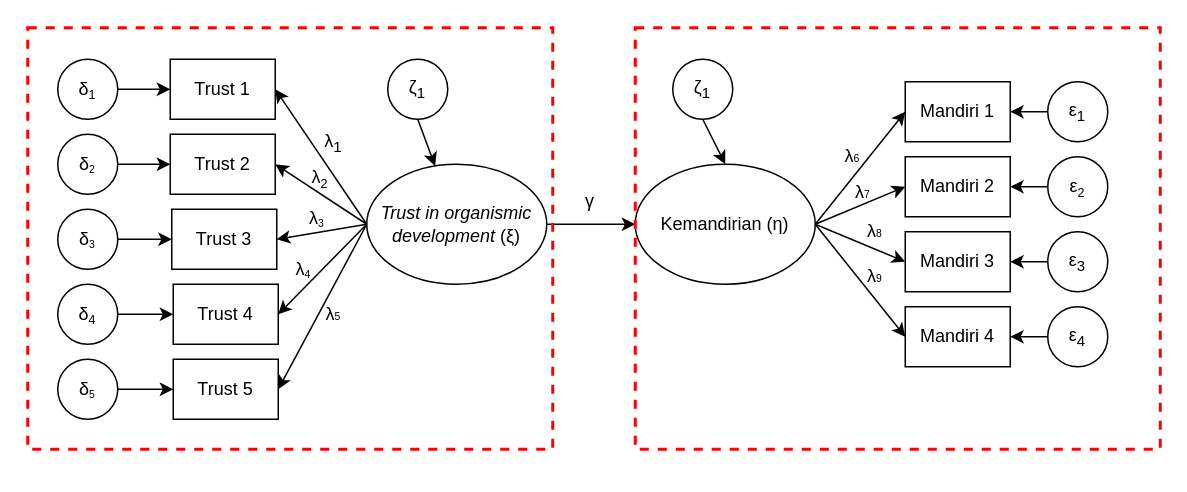
Above: page "latin" (12 of 13) of docs/materials/diagrams.drawio in rameliaz/mg-sem-workshop (draw.io), before the change. Source tidied: cells renumbered, new cells numbered last; positions are measured from the earlier drawing's top-left corner, leaving out a move shared by most shapes. Both pictures are drawn from the tidied source at 150%, with x=0, y=0 at pixel (27, 27).
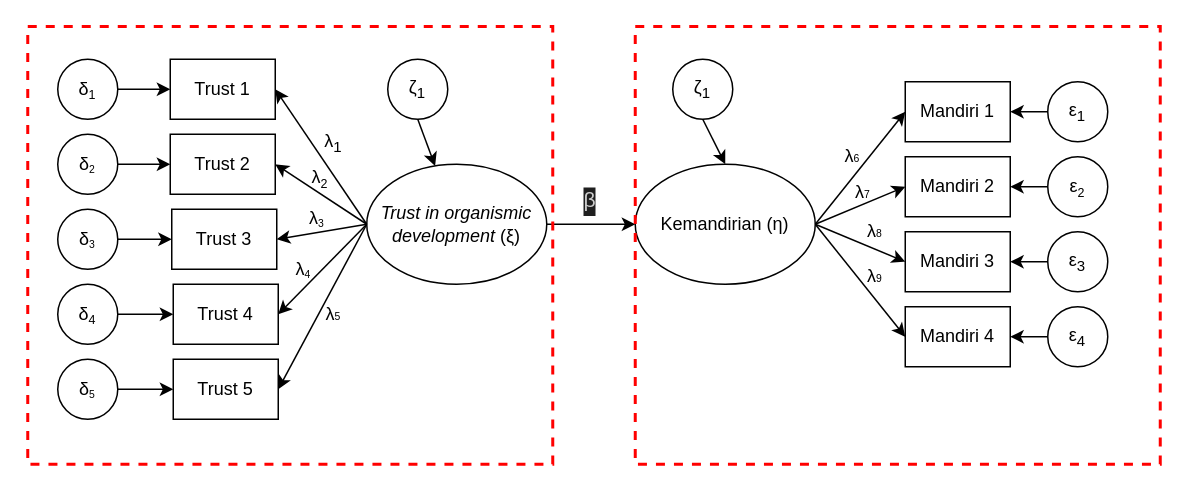
Above is the later version.

The edit, as a diff of the source:
```diff
@@
-    <mxCell id="54" value="γ" style="text;html=1;whiteSpace=wrap;strokeColor=none;fillColor=none;align=center;verticalAlign=middle;rounded=0;" parent="1" vertex="1">
+    <mxCell id="54" value="&lt;div style=&quot;color: rgb(204, 204, 204); background-color: rgb(31, 31, 31); font-family: Consolas, &amp;quot;Courier New&amp;quot;, monospace; font-size: 14px; line-height: 19px; white-space: pre;&quot;&gt;β&lt;/div&gt;" style="text;html=1;whiteSpace=wrap;strokeColor=none;fillColor=none;align=center;verticalAlign=middle;rounded=0;" parent="1" vertex="1">
       <mxGeometry x="360" y="101" width="30" height="30" as="geometry" />
     </mxCell>
-    <mxCell id="55" style="rounded=0;whiteSpace=wrap;html=1;fillColor=none;dashed=1;strokeColor=#FF0000;strokeWidth=2;" parent="1" vertex="1">
-      <mxGeometry width="350" height="281" as="geometry" />
-    </mxCell>
-    <mxCell id="56" style="rounded=0;whiteSpace=wrap;html=1;fillColor=none;dashed=1;strokeColor=#FF0000;strokeWidth=2;" parent="1" vertex="1">
-      <mxGeometry x="405" width="350" height="281" as="geometry" />
-    </mxCell>
+    <mxCell id="57" style="rounded=0;whiteSpace=wrap;html=1;fillColor=none;dashed=1;strokeColor=#FF0000;strokeWidth=2;" parent="1" vertex="1">
+      <mxGeometry y="-0.8" width="350" height="291.8" as="geometry" />
+    </mxCell>
+    <mxCell id="58" style="rounded=0;whiteSpace=wrap;html=1;fillColor=none;dashed=1;strokeColor=#FF0000;strokeWidth=2;" parent="1" vertex="1">
+      <mxGeometry x="405" y="-0.8" width="350" height="291.8" as="geometry" />
+    </mxCell>
```
